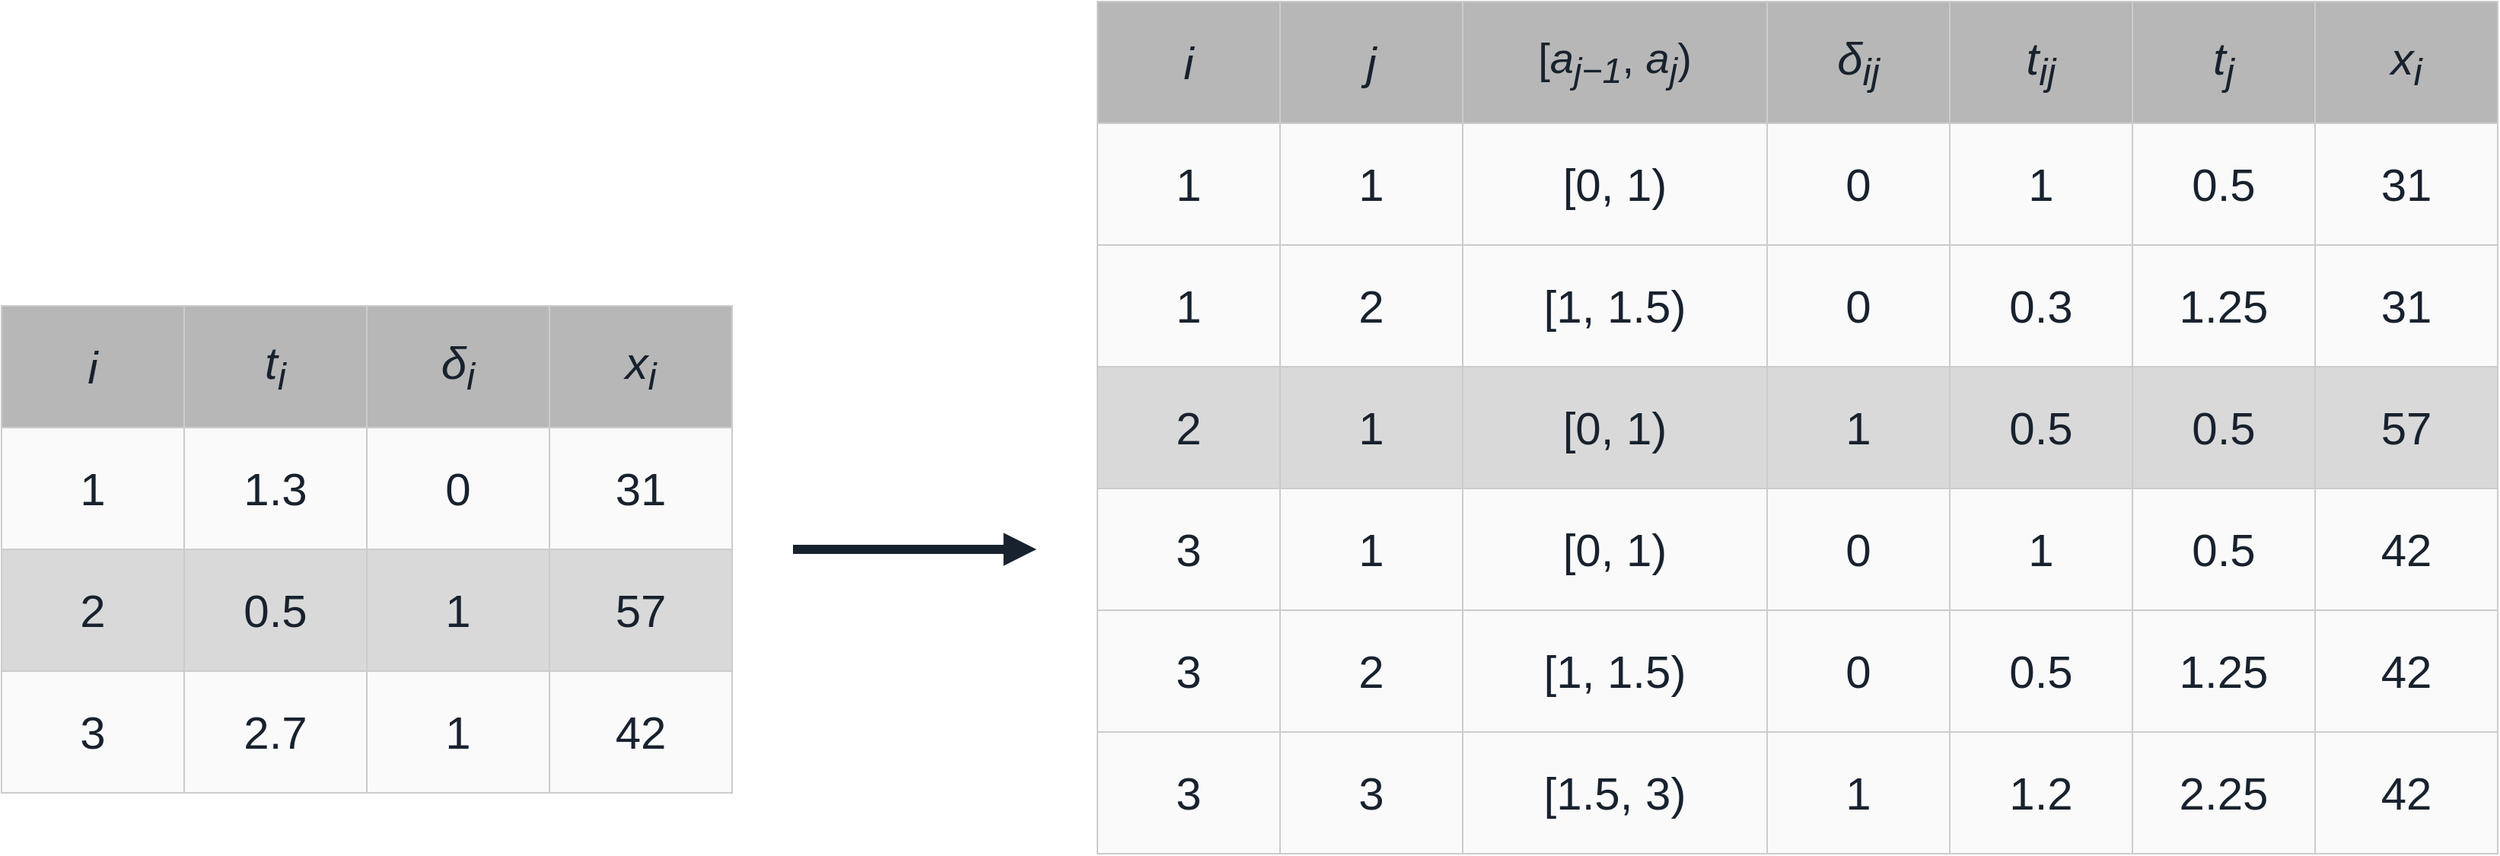
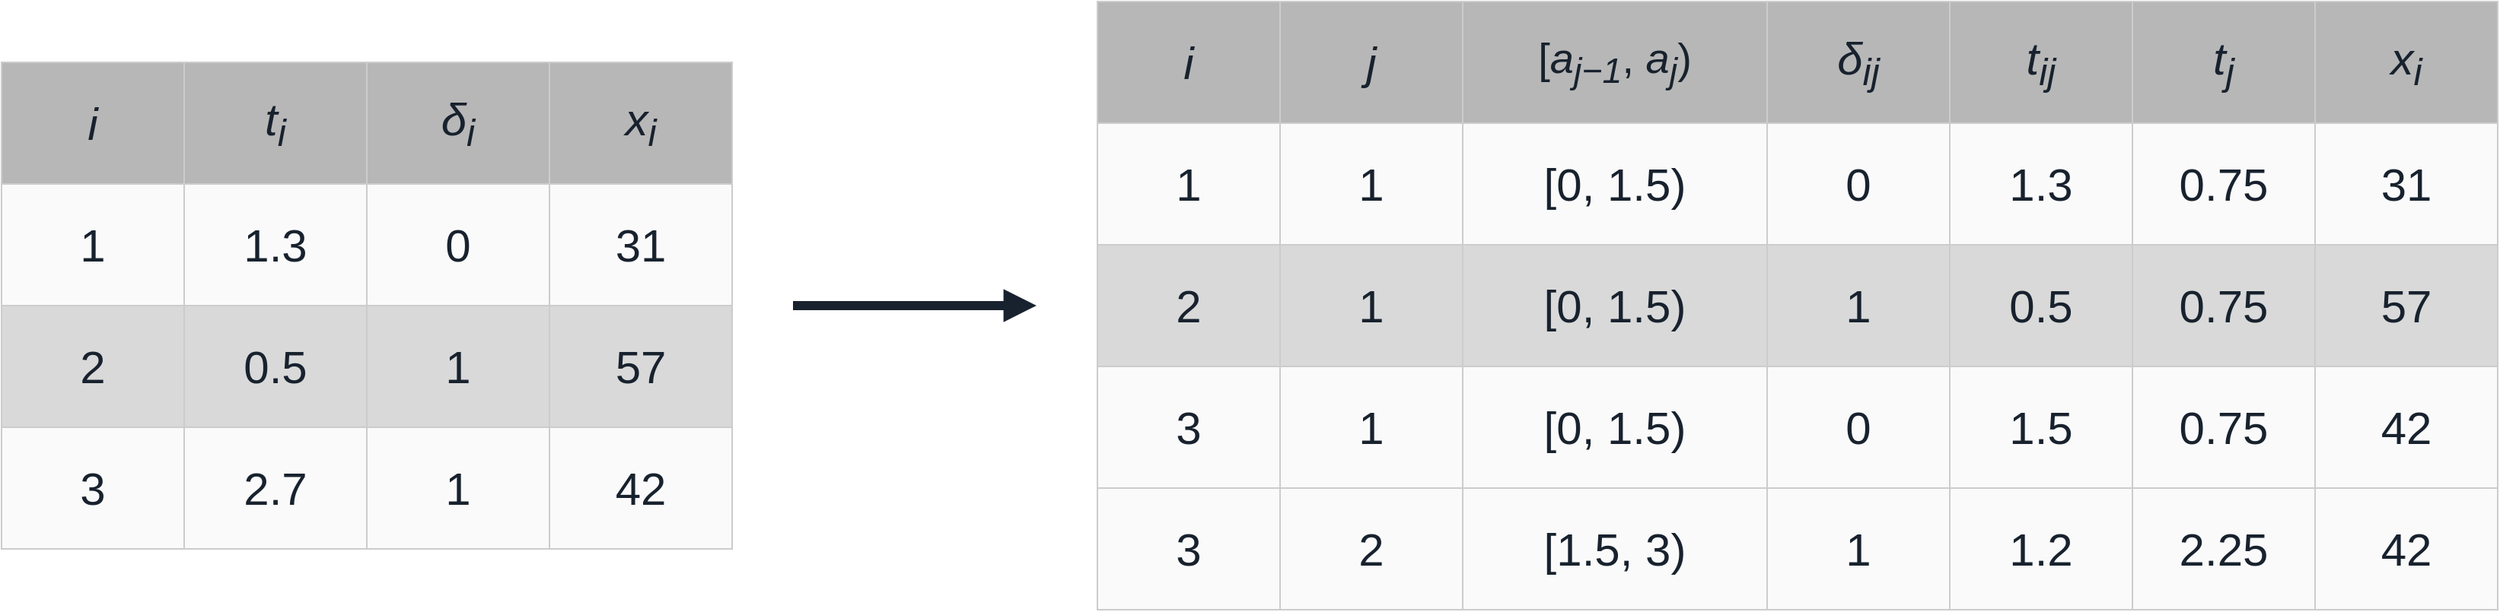
<mxfile host="claude" agent="figure-review" version="24.0.0">
  <diagram id="data-trafo-pem" name="data-trafo-pem">
    <mxGraphModel dx="1600" dy="700" grid="0" gridSize="10" guides="1" tooltips="1" connect="1" arrows="1" fold="1" page="0" pageScale="1" pageWidth="1700" pageHeight="720" math="0" shadow="0">
      <root>
        <mxCell id="0"/>
        <mxCell id="1" parent="0"/>

        <!-- ===================== LEFT: standard time-to-event table ===================== -->
        <!-- header -->
        <mxCell id="lh0" value="&lt;i&gt;i&lt;/i&gt;" style="rounded=0;whiteSpace=wrap;html=1;fillColor=#b7b7b7;strokeColor=#cccccc;strokeWidth=1;fontSize=30;fontColor=#18222e;verticalAlign=middle;align=center;" vertex="1" parent="1"><mxGeometry x="20" y="240" width="120" height="80" as="geometry"/></mxCell>
        <mxCell id="lh1" value="&lt;i&gt;t&lt;sub&gt;i&lt;/sub&gt;&lt;/i&gt;" style="rounded=0;whiteSpace=wrap;html=1;fillColor=#b7b7b7;strokeColor=#cccccc;strokeWidth=1;fontSize=30;fontColor=#18222e;verticalAlign=middle;align=center;" vertex="1" parent="1"><mxGeometry x="140" y="240" width="120" height="80" as="geometry"/></mxCell>
        <mxCell id="lh2" value="&lt;i&gt;&amp;#948;&lt;sub&gt;i&lt;/sub&gt;&lt;/i&gt;" style="rounded=0;whiteSpace=wrap;html=1;fillColor=#b7b7b7;strokeColor=#cccccc;strokeWidth=1;fontSize=30;fontColor=#18222e;verticalAlign=middle;align=center;" vertex="1" parent="1"><mxGeometry x="260" y="240" width="120" height="80" as="geometry"/></mxCell>
        <mxCell id="lh3" value="&lt;i&gt;x&lt;sub&gt;i&lt;/sub&gt;&lt;/i&gt;" style="rounded=0;whiteSpace=wrap;html=1;fillColor=#b7b7b7;strokeColor=#cccccc;strokeWidth=1;fontSize=30;fontColor=#18222e;verticalAlign=middle;align=center;" vertex="1" parent="1"><mxGeometry x="380" y="240" width="120" height="80" as="geometry"/></mxCell>
        <!-- row 1 -->
        <mxCell id="lr0c0" value="1" style="rounded=0;whiteSpace=wrap;html=1;fillColor=#fafafa;strokeColor=#cccccc;fontSize=30;fontColor=#18222e;verticalAlign=middle;align=center;" vertex="1" parent="1"><mxGeometry x="20" y="320" width="120" height="80" as="geometry"/></mxCell>
        <mxCell id="lr0c1" value="1.3" style="rounded=0;whiteSpace=wrap;html=1;fillColor=#fafafa;strokeColor=#cccccc;fontSize=30;fontColor=#18222e;verticalAlign=middle;align=center;" vertex="1" parent="1"><mxGeometry x="140" y="320" width="120" height="80" as="geometry"/></mxCell>
        <mxCell id="lr0c2" value="0" style="rounded=0;whiteSpace=wrap;html=1;fillColor=#fafafa;strokeColor=#cccccc;fontSize=30;fontColor=#18222e;verticalAlign=middle;align=center;" vertex="1" parent="1"><mxGeometry x="260" y="320" width="120" height="80" as="geometry"/></mxCell>
        <mxCell id="lr0c3" value="31" style="rounded=0;whiteSpace=wrap;html=1;fillColor=#fafafa;strokeColor=#cccccc;fontSize=30;fontColor=#18222e;verticalAlign=middle;align=center;" vertex="1" parent="1"><mxGeometry x="380" y="320" width="120" height="80" as="geometry"/></mxCell>
        <!-- row 2 (shaded) -->
        <mxCell id="lr1c0" value="2" style="rounded=0;whiteSpace=wrap;html=1;fillColor=#d9d9d9;strokeColor=#cccccc;fontSize=30;fontColor=#18222e;verticalAlign=middle;align=center;" vertex="1" parent="1"><mxGeometry x="20" y="400" width="120" height="80" as="geometry"/></mxCell>
        <mxCell id="lr1c1" value="0.5" style="rounded=0;whiteSpace=wrap;html=1;fillColor=#d9d9d9;strokeColor=#cccccc;fontSize=30;fontColor=#18222e;verticalAlign=middle;align=center;" vertex="1" parent="1"><mxGeometry x="140" y="400" width="120" height="80" as="geometry"/></mxCell>
        <mxCell id="lr1c2" value="1" style="rounded=0;whiteSpace=wrap;html=1;fillColor=#d9d9d9;strokeColor=#cccccc;fontSize=30;fontColor=#18222e;verticalAlign=middle;align=center;" vertex="1" parent="1"><mxGeometry x="260" y="400" width="120" height="80" as="geometry"/></mxCell>
        <mxCell id="lr1c3" value="57" style="rounded=0;whiteSpace=wrap;html=1;fillColor=#d9d9d9;strokeColor=#cccccc;fontSize=30;fontColor=#18222e;verticalAlign=middle;align=center;" vertex="1" parent="1"><mxGeometry x="380" y="400" width="120" height="80" as="geometry"/></mxCell>
        <!-- row 3 -->
        <mxCell id="lr2c0" value="3" style="rounded=0;whiteSpace=wrap;html=1;fillColor=#fafafa;strokeColor=#cccccc;fontSize=30;fontColor=#18222e;verticalAlign=middle;align=center;" vertex="1" parent="1"><mxGeometry x="20" y="480" width="120" height="80" as="geometry"/></mxCell>
        <mxCell id="lr2c1" value="2.7" style="rounded=0;whiteSpace=wrap;html=1;fillColor=#fafafa;strokeColor=#cccccc;fontSize=30;fontColor=#18222e;verticalAlign=middle;align=center;" vertex="1" parent="1"><mxGeometry x="140" y="480" width="120" height="80" as="geometry"/></mxCell>
        <mxCell id="lr2c2" value="1" style="rounded=0;whiteSpace=wrap;html=1;fillColor=#fafafa;strokeColor=#cccccc;fontSize=30;fontColor=#18222e;verticalAlign=middle;align=center;" vertex="1" parent="1"><mxGeometry x="260" y="480" width="120" height="80" as="geometry"/></mxCell>
        <mxCell id="lr2c3" value="42" style="rounded=0;whiteSpace=wrap;html=1;fillColor=#fafafa;strokeColor=#cccccc;fontSize=30;fontColor=#18222e;verticalAlign=middle;align=center;" vertex="1" parent="1"><mxGeometry x="380" y="480" width="120" height="80" as="geometry"/></mxCell>

        <!-- ===================== ARROW ===================== -->
        <mxCell id="arrow" style="endArrow=block;html=1;strokeColor=#18222e;strokeWidth=6;fillColor=#18222e;" edge="1" parent="1"><mxGeometry relative="1" as="geometry"><mxPoint x="540" y="400" as="sourcePoint"/><mxPoint x="700" y="400" as="targetPoint"/></mxGeometry></mxCell>

-         <!-- ===================== RIGHT: PED table (7 cols x 7 rows) ===================== -->
-         <!-- header -->
-         <mxCell id="rh0" value="&lt;i&gt;i&lt;/i&gt;" style="rounded=0;whiteSpace=wrap;html=1;fillColor=#b7b7b7;strokeColor=#cccccc;fontSize=30;fontColor=#18222e;verticalAlign=middle;align=center;" vertex="1" parent="1"><mxGeometry x="740" y="40" width="120" height="80" as="geometry"/></mxCell>
-         <mxCell id="rh1" value="&lt;i&gt;j&lt;/i&gt;" style="rounded=0;whiteSpace=wrap;html=1;fillColor=#b7b7b7;strokeColor=#cccccc;fontSize=30;fontColor=#18222e;verticalAlign=middle;align=center;" vertex="1" parent="1"><mxGeometry x="860" y="40" width="120" height="80" as="geometry"/></mxCell>
-         <mxCell id="rh2" value="[&lt;i&gt;a&lt;sub&gt;j&amp;#8722;1&lt;/sub&gt;&lt;/i&gt;, &lt;i&gt;a&lt;sub&gt;j&lt;/sub&gt;&lt;/i&gt;)" style="rounded=0;whiteSpace=wrap;html=1;fillColor=#b7b7b7;strokeColor=#cccccc;fontSize=28;fontColor=#18222e;verticalAlign=middle;align=center;" vertex="1" parent="1"><mxGeometry x="980" y="40" width="200" height="80" as="geometry"/></mxCell>
-         <mxCell id="rh3" value="&lt;i&gt;&amp;#948;&lt;sub&gt;ij&lt;/sub&gt;&lt;/i&gt;" style="rounded=0;whiteSpace=wrap;html=1;fillColor=#b7b7b7;strokeColor=#cccccc;fontSize=30;fontColor=#18222e;verticalAlign=middle;align=center;" vertex="1" parent="1"><mxGeometry x="1180" y="40" width="120" height="80" as="geometry"/></mxCell>
-         <mxCell id="rh4" value="&lt;i&gt;t&lt;sub&gt;ij&lt;/sub&gt;&lt;/i&gt;" style="rounded=0;whiteSpace=wrap;html=1;fillColor=#b7b7b7;strokeColor=#cccccc;fontSize=30;fontColor=#18222e;verticalAlign=middle;align=center;" vertex="1" parent="1"><mxGeometry x="1300" y="40" width="120" height="80" as="geometry"/></mxCell>
-         <mxCell id="rh5" value="&lt;i&gt;t&lt;sub&gt;j&lt;/sub&gt;&lt;/i&gt;" style="rounded=0;whiteSpace=wrap;html=1;fillColor=#b7b7b7;strokeColor=#cccccc;fontSize=30;fontColor=#18222e;verticalAlign=middle;align=center;" vertex="1" parent="1"><mxGeometry x="1420" y="40" width="120" height="80" as="geometry"/></mxCell>
-         <mxCell id="rh6" value="&lt;i&gt;x&lt;sub&gt;i&lt;/sub&gt;&lt;/i&gt;" style="rounded=0;whiteSpace=wrap;html=1;fillColor=#b7b7b7;strokeColor=#cccccc;fontSize=30;fontColor=#18222e;verticalAlign=middle;align=center;" vertex="1" parent="1"><mxGeometry x="1540" y="40" width="120" height="80" as="geometry"/></mxCell>
+         <!-- ===================== RIGHT: PED table (7 cols x 5 rows) — A={0,1.5,3} ===================== -->
+         <!-- header: vertically centred with left table (centre y=400), 5 rows = 400px → y=200..600 -->
+         <mxCell id="rh0" value="&lt;i&gt;i&lt;/i&gt;" style="rounded=0;whiteSpace=wrap;html=1;fillColor=#b7b7b7;strokeColor=#cccccc;fontSize=30;fontColor=#18222e;verticalAlign=middle;align=center;" vertex="1" parent="1"><mxGeometry x="740" y="200" width="120" height="80" as="geometry"/></mxCell>
+         <mxCell id="rh1" value="&lt;i&gt;j&lt;/i&gt;" style="rounded=0;whiteSpace=wrap;html=1;fillColor=#b7b7b7;strokeColor=#cccccc;fontSize=30;fontColor=#18222e;verticalAlign=middle;align=center;" vertex="1" parent="1"><mxGeometry x="860" y="200" width="120" height="80" as="geometry"/></mxCell>
+         <mxCell id="rh2" value="[&lt;i&gt;a&lt;sub&gt;j&amp;#8722;1&lt;/sub&gt;&lt;/i&gt;, &lt;i&gt;a&lt;sub&gt;j&lt;/sub&gt;&lt;/i&gt;)" style="rounded=0;whiteSpace=wrap;html=1;fillColor=#b7b7b7;strokeColor=#cccccc;fontSize=28;fontColor=#18222e;verticalAlign=middle;align=center;" vertex="1" parent="1"><mxGeometry x="980" y="200" width="200" height="80" as="geometry"/></mxCell>
+         <mxCell id="rh3" value="&lt;i&gt;&amp;#948;&lt;sub&gt;ij&lt;/sub&gt;&lt;/i&gt;" style="rounded=0;whiteSpace=wrap;html=1;fillColor=#b7b7b7;strokeColor=#cccccc;fontSize=30;fontColor=#18222e;verticalAlign=middle;align=center;" vertex="1" parent="1"><mxGeometry x="1180" y="200" width="120" height="80" as="geometry"/></mxCell>
+         <mxCell id="rh4" value="&lt;i&gt;t&lt;sub&gt;ij&lt;/sub&gt;&lt;/i&gt;" style="rounded=0;whiteSpace=wrap;html=1;fillColor=#b7b7b7;strokeColor=#cccccc;fontSize=30;fontColor=#18222e;verticalAlign=middle;align=center;" vertex="1" parent="1"><mxGeometry x="1300" y="200" width="120" height="80" as="geometry"/></mxCell>
+         <mxCell id="rh5" value="&lt;i&gt;t&lt;sub&gt;j&lt;/sub&gt;&lt;/i&gt;" style="rounded=0;whiteSpace=wrap;html=1;fillColor=#b7b7b7;strokeColor=#cccccc;fontSize=30;fontColor=#18222e;verticalAlign=middle;align=center;" vertex="1" parent="1"><mxGeometry x="1420" y="200" width="120" height="80" as="geometry"/></mxCell>
+         <mxCell id="rh6" value="&lt;i&gt;x&lt;sub&gt;i&lt;/sub&gt;&lt;/i&gt;" style="rounded=0;whiteSpace=wrap;html=1;fillColor=#b7b7b7;strokeColor=#cccccc;fontSize=30;fontColor=#18222e;verticalAlign=middle;align=center;" vertex="1" parent="1"><mxGeometry x="1540" y="200" width="120" height="80" as="geometry"/></mxCell>

-         <!-- rows: values per original.  cols x=740,860,980,1180,1300,1420,1540 ; widths 120/120/200/120/120/120/120 -->
-         <!-- r1: 1 1 [0,1) 0 1 0.5 31 -->
-         <mxCell id="d0a" value="1" style="rounded=0;whiteSpace=wrap;html=1;fillColor=#fafafa;strokeColor=#cccccc;fontSize=30;fontColor=#18222e;align=center;verticalAlign=middle;" vertex="1" parent="1"><mxGeometry x="740" y="120" width="120" height="80" as="geometry"/></mxCell>
-         <mxCell id="d0b" value="1" style="rounded=0;whiteSpace=wrap;html=1;fillColor=#fafafa;strokeColor=#cccccc;fontSize=30;fontColor=#18222e;align=center;verticalAlign=middle;" vertex="1" parent="1"><mxGeometry x="860" y="120" width="120" height="80" as="geometry"/></mxCell>
-         <mxCell id="d0c" value="[0, 1)" style="rounded=0;whiteSpace=wrap;html=1;fillColor=#fafafa;strokeColor=#cccccc;fontSize=30;fontColor=#18222e;align=center;verticalAlign=middle;" vertex="1" parent="1"><mxGeometry x="980" y="120" width="200" height="80" as="geometry"/></mxCell>
-         <mxCell id="d0d" value="0" style="rounded=0;whiteSpace=wrap;html=1;fillColor=#fafafa;strokeColor=#cccccc;fontSize=30;fontColor=#18222e;align=center;verticalAlign=middle;" vertex="1" parent="1"><mxGeometry x="1180" y="120" width="120" height="80" as="geometry"/></mxCell>
-         <mxCell id="d0e" value="1" style="rounded=0;whiteSpace=wrap;html=1;fillColor=#fafafa;strokeColor=#cccccc;fontSize=30;fontColor=#18222e;align=center;verticalAlign=middle;" vertex="1" parent="1"><mxGeometry x="1300" y="120" width="120" height="80" as="geometry"/></mxCell>
-         <mxCell id="d0f" value="0.5" style="rounded=0;whiteSpace=wrap;html=1;fillColor=#fafafa;strokeColor=#cccccc;fontSize=30;fontColor=#18222e;align=center;verticalAlign=middle;" vertex="1" parent="1"><mxGeometry x="1420" y="120" width="120" height="80" as="geometry"/></mxCell>
-         <mxCell id="d0g" value="31" style="rounded=0;whiteSpace=wrap;html=1;fillColor=#fafafa;strokeColor=#cccccc;fontSize=30;fontColor=#18222e;align=center;verticalAlign=middle;" vertex="1" parent="1"><mxGeometry x="1540" y="120" width="120" height="80" as="geometry"/></mxCell>
-         <!-- r2: 1 2 [1,1.5) 0 0.3 1.25 31 -->
-         <mxCell id="d1a" value="1" style="rounded=0;whiteSpace=wrap;html=1;fillColor=#fafafa;strokeColor=#cccccc;fontSize=30;fontColor=#18222e;align=center;verticalAlign=middle;" vertex="1" parent="1"><mxGeometry x="740" y="200" width="120" height="80" as="geometry"/></mxCell>
-         <mxCell id="d1b" value="2" style="rounded=0;whiteSpace=wrap;html=1;fillColor=#fafafa;strokeColor=#cccccc;fontSize=30;fontColor=#18222e;align=center;verticalAlign=middle;" vertex="1" parent="1"><mxGeometry x="860" y="200" width="120" height="80" as="geometry"/></mxCell>
-         <mxCell id="d1c" value="[1, 1.5)" style="rounded=0;whiteSpace=wrap;html=1;fillColor=#fafafa;strokeColor=#cccccc;fontSize=30;fontColor=#18222e;align=center;verticalAlign=middle;" vertex="1" parent="1"><mxGeometry x="980" y="200" width="200" height="80" as="geometry"/></mxCell>
-         <mxCell id="d1d" value="0" style="rounded=0;whiteSpace=wrap;html=1;fillColor=#fafafa;strokeColor=#cccccc;fontSize=30;fontColor=#18222e;align=center;verticalAlign=middle;" vertex="1" parent="1"><mxGeometry x="1180" y="200" width="120" height="80" as="geometry"/></mxCell>
-         <mxCell id="d1e" value="0.3" style="rounded=0;whiteSpace=wrap;html=1;fillColor=#fafafa;strokeColor=#cccccc;fontSize=30;fontColor=#18222e;align=center;verticalAlign=middle;" vertex="1" parent="1"><mxGeometry x="1300" y="200" width="120" height="80" as="geometry"/></mxCell>
-         <mxCell id="d1f" value="1.25" style="rounded=0;whiteSpace=wrap;html=1;fillColor=#fafafa;strokeColor=#cccccc;fontSize=30;fontColor=#18222e;align=center;verticalAlign=middle;" vertex="1" parent="1"><mxGeometry x="1420" y="200" width="120" height="80" as="geometry"/></mxCell>
-         <mxCell id="d1g" value="31" style="rounded=0;whiteSpace=wrap;html=1;fillColor=#fafafa;strokeColor=#cccccc;fontSize=30;fontColor=#18222e;align=center;verticalAlign=middle;" vertex="1" parent="1"><mxGeometry x="1540" y="200" width="120" height="80" as="geometry"/></mxCell>
-         <!-- r3 (shaded): 2 1 [0,1) 1 0.5 0.5 57 -->
-         <mxCell id="d2a" value="2" style="rounded=0;whiteSpace=wrap;html=1;fillColor=#d9d9d9;strokeColor=#cccccc;fontSize=30;fontColor=#18222e;align=center;verticalAlign=middle;" vertex="1" parent="1"><mxGeometry x="740" y="280" width="120" height="80" as="geometry"/></mxCell>
-         <mxCell id="d2b" value="1" style="rounded=0;whiteSpace=wrap;html=1;fillColor=#d9d9d9;strokeColor=#cccccc;fontSize=30;fontColor=#18222e;align=center;verticalAlign=middle;" vertex="1" parent="1"><mxGeometry x="860" y="280" width="120" height="80" as="geometry"/></mxCell>
-         <mxCell id="d2c" value="[0, 1)" style="rounded=0;whiteSpace=wrap;html=1;fillColor=#d9d9d9;strokeColor=#cccccc;fontSize=30;fontColor=#18222e;align=center;verticalAlign=middle;" vertex="1" parent="1"><mxGeometry x="980" y="280" width="200" height="80" as="geometry"/></mxCell>
-         <mxCell id="d2d" value="1" style="rounded=0;whiteSpace=wrap;html=1;fillColor=#d9d9d9;strokeColor=#cccccc;fontSize=30;fontColor=#18222e;align=center;verticalAlign=middle;" vertex="1" parent="1"><mxGeometry x="1180" y="280" width="120" height="80" as="geometry"/></mxCell>
-         <mxCell id="d2e" value="0.5" style="rounded=0;whiteSpace=wrap;html=1;fillColor=#d9d9d9;strokeColor=#cccccc;fontSize=30;fontColor=#18222e;align=center;verticalAlign=middle;" vertex="1" parent="1"><mxGeometry x="1300" y="280" width="120" height="80" as="geometry"/></mxCell>
-         <mxCell id="d2f" value="0.5" style="rounded=0;whiteSpace=wrap;html=1;fillColor=#d9d9d9;strokeColor=#cccccc;fontSize=30;fontColor=#18222e;align=center;verticalAlign=middle;" vertex="1" parent="1"><mxGeometry x="1420" y="280" width="120" height="80" as="geometry"/></mxCell>
-         <mxCell id="d2g" value="57" style="rounded=0;whiteSpace=wrap;html=1;fillColor=#d9d9d9;strokeColor=#cccccc;fontSize=30;fontColor=#18222e;align=center;verticalAlign=middle;" vertex="1" parent="1"><mxGeometry x="1540" y="280" width="120" height="80" as="geometry"/></mxCell>
-         <!-- r4: 3 1 [0,1) 0 1 0.5 42 -->
-         <mxCell id="d3a" value="3" style="rounded=0;whiteSpace=wrap;html=1;fillColor=#fafafa;strokeColor=#cccccc;fontSize=30;fontColor=#18222e;align=center;verticalAlign=middle;" vertex="1" parent="1"><mxGeometry x="740" y="360" width="120" height="80" as="geometry"/></mxCell>
-         <mxCell id="d3b" value="1" style="rounded=0;whiteSpace=wrap;html=1;fillColor=#fafafa;strokeColor=#cccccc;fontSize=30;fontColor=#18222e;align=center;verticalAlign=middle;" vertex="1" parent="1"><mxGeometry x="860" y="360" width="120" height="80" as="geometry"/></mxCell>
-         <mxCell id="d3c" value="[0, 1)" style="rounded=0;whiteSpace=wrap;html=1;fillColor=#fafafa;strokeColor=#cccccc;fontSize=30;fontColor=#18222e;align=center;verticalAlign=middle;" vertex="1" parent="1"><mxGeometry x="980" y="360" width="200" height="80" as="geometry"/></mxCell>
-         <mxCell id="d3d" value="0" style="rounded=0;whiteSpace=wrap;html=1;fillColor=#fafafa;strokeColor=#cccccc;fontSize=30;fontColor=#18222e;align=center;verticalAlign=middle;" vertex="1" parent="1"><mxGeometry x="1180" y="360" width="120" height="80" as="geometry"/></mxCell>
-         <mxCell id="d3e" value="1" style="rounded=0;whiteSpace=wrap;html=1;fillColor=#fafafa;strokeColor=#cccccc;fontSize=30;fontColor=#18222e;align=center;verticalAlign=middle;" vertex="1" parent="1"><mxGeometry x="1300" y="360" width="120" height="80" as="geometry"/></mxCell>
-         <mxCell id="d3f" value="0.5" style="rounded=0;whiteSpace=wrap;html=1;fillColor=#fafafa;strokeColor=#cccccc;fontSize=30;fontColor=#18222e;align=center;verticalAlign=middle;" vertex="1" parent="1"><mxGeometry x="1420" y="360" width="120" height="80" as="geometry"/></mxCell>
-         <mxCell id="d3g" value="42" style="rounded=0;whiteSpace=wrap;html=1;fillColor=#fafafa;strokeColor=#cccccc;fontSize=30;fontColor=#18222e;align=center;verticalAlign=middle;" vertex="1" parent="1"><mxGeometry x="1540" y="360" width="120" height="80" as="geometry"/></mxCell>
-         <!-- r5: 3 2 [1,1.5) 0 0.5 1.25 42 -->
-         <mxCell id="d4a" value="3" style="rounded=0;whiteSpace=wrap;html=1;fillColor=#fafafa;strokeColor=#cccccc;fontSize=30;fontColor=#18222e;align=center;verticalAlign=middle;" vertex="1" parent="1"><mxGeometry x="740" y="440" width="120" height="80" as="geometry"/></mxCell>
-         <mxCell id="d4b" value="2" style="rounded=0;whiteSpace=wrap;html=1;fillColor=#fafafa;strokeColor=#cccccc;fontSize=30;fontColor=#18222e;align=center;verticalAlign=middle;" vertex="1" parent="1"><mxGeometry x="860" y="440" width="120" height="80" as="geometry"/></mxCell>
-         <mxCell id="d4c" value="[1, 1.5)" style="rounded=0;whiteSpace=wrap;html=1;fillColor=#fafafa;strokeColor=#cccccc;fontSize=30;fontColor=#18222e;align=center;verticalAlign=middle;" vertex="1" parent="1"><mxGeometry x="980" y="440" width="200" height="80" as="geometry"/></mxCell>
-         <mxCell id="d4d" value="0" style="rounded=0;whiteSpace=wrap;html=1;fillColor=#fafafa;strokeColor=#cccccc;fontSize=30;fontColor=#18222e;align=center;verticalAlign=middle;" vertex="1" parent="1"><mxGeometry x="1180" y="440" width="120" height="80" as="geometry"/></mxCell>
-         <mxCell id="d4e" value="0.5" style="rounded=0;whiteSpace=wrap;html=1;fillColor=#fafafa;strokeColor=#cccccc;fontSize=30;fontColor=#18222e;align=center;verticalAlign=middle;" vertex="1" parent="1"><mxGeometry x="1300" y="440" width="120" height="80" as="geometry"/></mxCell>
-         <mxCell id="d4f" value="1.25" style="rounded=0;whiteSpace=wrap;html=1;fillColor=#fafafa;strokeColor=#cccccc;fontSize=30;fontColor=#18222e;align=center;verticalAlign=middle;" vertex="1" parent="1"><mxGeometry x="1420" y="440" width="120" height="80" as="geometry"/></mxCell>
-         <mxCell id="d4g" value="42" style="rounded=0;whiteSpace=wrap;html=1;fillColor=#fafafa;strokeColor=#cccccc;fontSize=30;fontColor=#18222e;align=center;verticalAlign=middle;" vertex="1" parent="1"><mxGeometry x="1540" y="440" width="120" height="80" as="geometry"/></mxCell>
-         <!-- r6: 3 3 [1.5,3) 1 1.2 2.25 42 -->
-         <mxCell id="d5a" value="3" style="rounded=0;whiteSpace=wrap;html=1;fillColor=#fafafa;strokeColor=#cccccc;fontSize=30;fontColor=#18222e;align=center;verticalAlign=middle;" vertex="1" parent="1"><mxGeometry x="740" y="520" width="120" height="80" as="geometry"/></mxCell>
-         <mxCell id="d5b" value="3" style="rounded=0;whiteSpace=wrap;html=1;fillColor=#fafafa;strokeColor=#cccccc;fontSize=30;fontColor=#18222e;align=center;verticalAlign=middle;" vertex="1" parent="1"><mxGeometry x="860" y="520" width="120" height="80" as="geometry"/></mxCell>
-         <mxCell id="d5c" value="[1.5, 3)" style="rounded=0;whiteSpace=wrap;html=1;fillColor=#fafafa;strokeColor=#cccccc;fontSize=30;fontColor=#18222e;align=center;verticalAlign=middle;" vertex="1" parent="1"><mxGeometry x="980" y="520" width="200" height="80" as="geometry"/></mxCell>
-         <mxCell id="d5d" value="1" style="rounded=0;whiteSpace=wrap;html=1;fillColor=#fafafa;strokeColor=#cccccc;fontSize=30;fontColor=#18222e;align=center;verticalAlign=middle;" vertex="1" parent="1"><mxGeometry x="1180" y="520" width="120" height="80" as="geometry"/></mxCell>
-         <mxCell id="d5e" value="1.2" style="rounded=0;whiteSpace=wrap;html=1;fillColor=#fafafa;strokeColor=#cccccc;fontSize=30;fontColor=#18222e;align=center;verticalAlign=middle;" vertex="1" parent="1"><mxGeometry x="1300" y="520" width="120" height="80" as="geometry"/></mxCell>
-         <mxCell id="d5f" value="2.25" style="rounded=0;whiteSpace=wrap;html=1;fillColor=#fafafa;strokeColor=#cccccc;fontSize=30;fontColor=#18222e;align=center;verticalAlign=middle;" vertex="1" parent="1"><mxGeometry x="1420" y="520" width="120" height="80" as="geometry"/></mxCell>
-         <mxCell id="d5g" value="42" style="rounded=0;whiteSpace=wrap;html=1;fillColor=#fafafa;strokeColor=#cccccc;fontSize=30;fontColor=#18222e;align=center;verticalAlign=middle;" vertex="1" parent="1"><mxGeometry x="1540" y="520" width="120" height="80" as="geometry"/></mxCell>
+         <!-- r1: i=1  j=1  [0,1.5)  delta=0  t_ij=1.3  t_j=0.75  x=31 -->
+         <mxCell id="d0a" value="1" style="rounded=0;whiteSpace=wrap;html=1;fillColor=#fafafa;strokeColor=#cccccc;fontSize=30;fontColor=#18222e;align=center;verticalAlign=middle;" vertex="1" parent="1"><mxGeometry x="740" y="280" width="120" height="80" as="geometry"/></mxCell>
+         <mxCell id="d0b" value="1" style="rounded=0;whiteSpace=wrap;html=1;fillColor=#fafafa;strokeColor=#cccccc;fontSize=30;fontColor=#18222e;align=center;verticalAlign=middle;" vertex="1" parent="1"><mxGeometry x="860" y="280" width="120" height="80" as="geometry"/></mxCell>
+         <mxCell id="d0c" value="[0, 1.5)" style="rounded=0;whiteSpace=wrap;html=1;fillColor=#fafafa;strokeColor=#cccccc;fontSize=30;fontColor=#18222e;align=center;verticalAlign=middle;" vertex="1" parent="1"><mxGeometry x="980" y="280" width="200" height="80" as="geometry"/></mxCell>
+         <mxCell id="d0d" value="0" style="rounded=0;whiteSpace=wrap;html=1;fillColor=#fafafa;strokeColor=#cccccc;fontSize=30;fontColor=#18222e;align=center;verticalAlign=middle;" vertex="1" parent="1"><mxGeometry x="1180" y="280" width="120" height="80" as="geometry"/></mxCell>
+         <mxCell id="d0e" value="1.3" style="rounded=0;whiteSpace=wrap;html=1;fillColor=#fafafa;strokeColor=#cccccc;fontSize=30;fontColor=#18222e;align=center;verticalAlign=middle;" vertex="1" parent="1"><mxGeometry x="1300" y="280" width="120" height="80" as="geometry"/></mxCell>
+         <mxCell id="d0f" value="0.75" style="rounded=0;whiteSpace=wrap;html=1;fillColor=#fafafa;strokeColor=#cccccc;fontSize=30;fontColor=#18222e;align=center;verticalAlign=middle;" vertex="1" parent="1"><mxGeometry x="1420" y="280" width="120" height="80" as="geometry"/></mxCell>
+         <mxCell id="d0g" value="31" style="rounded=0;whiteSpace=wrap;html=1;fillColor=#fafafa;strokeColor=#cccccc;fontSize=30;fontColor=#18222e;align=center;verticalAlign=middle;" vertex="1" parent="1"><mxGeometry x="1540" y="280" width="120" height="80" as="geometry"/></mxCell>
+         <!-- r2 (shaded): i=2  j=1  [0,1.5)  delta=1  t_ij=0.5  t_j=0.75  x=57 -->
+         <mxCell id="d1a" value="2" style="rounded=0;whiteSpace=wrap;html=1;fillColor=#d9d9d9;strokeColor=#cccccc;fontSize=30;fontColor=#18222e;align=center;verticalAlign=middle;" vertex="1" parent="1"><mxGeometry x="740" y="360" width="120" height="80" as="geometry"/></mxCell>
+         <mxCell id="d1b" value="1" style="rounded=0;whiteSpace=wrap;html=1;fillColor=#d9d9d9;strokeColor=#cccccc;fontSize=30;fontColor=#18222e;align=center;verticalAlign=middle;" vertex="1" parent="1"><mxGeometry x="860" y="360" width="120" height="80" as="geometry"/></mxCell>
+         <mxCell id="d1c" value="[0, 1.5)" style="rounded=0;whiteSpace=wrap;html=1;fillColor=#d9d9d9;strokeColor=#cccccc;fontSize=30;fontColor=#18222e;align=center;verticalAlign=middle;" vertex="1" parent="1"><mxGeometry x="980" y="360" width="200" height="80" as="geometry"/></mxCell>
+         <mxCell id="d1d" value="1" style="rounded=0;whiteSpace=wrap;html=1;fillColor=#d9d9d9;strokeColor=#cccccc;fontSize=30;fontColor=#18222e;align=center;verticalAlign=middle;" vertex="1" parent="1"><mxGeometry x="1180" y="360" width="120" height="80" as="geometry"/></mxCell>
+         <mxCell id="d1e" value="0.5" style="rounded=0;whiteSpace=wrap;html=1;fillColor=#d9d9d9;strokeColor=#cccccc;fontSize=30;fontColor=#18222e;align=center;verticalAlign=middle;" vertex="1" parent="1"><mxGeometry x="1300" y="360" width="120" height="80" as="geometry"/></mxCell>
+         <mxCell id="d1f" value="0.75" style="rounded=0;whiteSpace=wrap;html=1;fillColor=#d9d9d9;strokeColor=#cccccc;fontSize=30;fontColor=#18222e;align=center;verticalAlign=middle;" vertex="1" parent="1"><mxGeometry x="1420" y="360" width="120" height="80" as="geometry"/></mxCell>
+         <mxCell id="d1g" value="57" style="rounded=0;whiteSpace=wrap;html=1;fillColor=#d9d9d9;strokeColor=#cccccc;fontSize=30;fontColor=#18222e;align=center;verticalAlign=middle;" vertex="1" parent="1"><mxGeometry x="1540" y="360" width="120" height="80" as="geometry"/></mxCell>
+         <!-- r3: i=3  j=1  [0,1.5)  delta=0  t_ij=1.5  t_j=0.75  x=42 -->
+         <mxCell id="d2a" value="3" style="rounded=0;whiteSpace=wrap;html=1;fillColor=#fafafa;strokeColor=#cccccc;fontSize=30;fontColor=#18222e;align=center;verticalAlign=middle;" vertex="1" parent="1"><mxGeometry x="740" y="440" width="120" height="80" as="geometry"/></mxCell>
+         <mxCell id="d2b" value="1" style="rounded=0;whiteSpace=wrap;html=1;fillColor=#fafafa;strokeColor=#cccccc;fontSize=30;fontColor=#18222e;align=center;verticalAlign=middle;" vertex="1" parent="1"><mxGeometry x="860" y="440" width="120" height="80" as="geometry"/></mxCell>
+         <mxCell id="d2c" value="[0, 1.5)" style="rounded=0;whiteSpace=wrap;html=1;fillColor=#fafafa;strokeColor=#cccccc;fontSize=30;fontColor=#18222e;align=center;verticalAlign=middle;" vertex="1" parent="1"><mxGeometry x="980" y="440" width="200" height="80" as="geometry"/></mxCell>
+         <mxCell id="d2d" value="0" style="rounded=0;whiteSpace=wrap;html=1;fillColor=#fafafa;strokeColor=#cccccc;fontSize=30;fontColor=#18222e;align=center;verticalAlign=middle;" vertex="1" parent="1"><mxGeometry x="1180" y="440" width="120" height="80" as="geometry"/></mxCell>
+         <mxCell id="d2e" value="1.5" style="rounded=0;whiteSpace=wrap;html=1;fillColor=#fafafa;strokeColor=#cccccc;fontSize=30;fontColor=#18222e;align=center;verticalAlign=middle;" vertex="1" parent="1"><mxGeometry x="1300" y="440" width="120" height="80" as="geometry"/></mxCell>
+         <mxCell id="d2f" value="0.75" style="rounded=0;whiteSpace=wrap;html=1;fillColor=#fafafa;strokeColor=#cccccc;fontSize=30;fontColor=#18222e;align=center;verticalAlign=middle;" vertex="1" parent="1"><mxGeometry x="1420" y="440" width="120" height="80" as="geometry"/></mxCell>
+         <mxCell id="d2g" value="42" style="rounded=0;whiteSpace=wrap;html=1;fillColor=#fafafa;strokeColor=#cccccc;fontSize=30;fontColor=#18222e;align=center;verticalAlign=middle;" vertex="1" parent="1"><mxGeometry x="1540" y="440" width="120" height="80" as="geometry"/></mxCell>
+         <!-- r4: i=3  j=2  [1.5,3)  delta=1  t_ij=1.2  t_j=2.25  x=42 -->
+         <mxCell id="d3a" value="3" style="rounded=0;whiteSpace=wrap;html=1;fillColor=#fafafa;strokeColor=#cccccc;fontSize=30;fontColor=#18222e;align=center;verticalAlign=middle;" vertex="1" parent="1"><mxGeometry x="740" y="520" width="120" height="80" as="geometry"/></mxCell>
+         <mxCell id="d3b" value="2" style="rounded=0;whiteSpace=wrap;html=1;fillColor=#fafafa;strokeColor=#cccccc;fontSize=30;fontColor=#18222e;align=center;verticalAlign=middle;" vertex="1" parent="1"><mxGeometry x="860" y="520" width="120" height="80" as="geometry"/></mxCell>
+         <mxCell id="d3c" value="[1.5, 3)" style="rounded=0;whiteSpace=wrap;html=1;fillColor=#fafafa;strokeColor=#cccccc;fontSize=30;fontColor=#18222e;align=center;verticalAlign=middle;" vertex="1" parent="1"><mxGeometry x="980" y="520" width="200" height="80" as="geometry"/></mxCell>
+         <mxCell id="d3d" value="1" style="rounded=0;whiteSpace=wrap;html=1;fillColor=#fafafa;strokeColor=#cccccc;fontSize=30;fontColor=#18222e;align=center;verticalAlign=middle;" vertex="1" parent="1"><mxGeometry x="1180" y="520" width="120" height="80" as="geometry"/></mxCell>
+         <mxCell id="d3e" value="1.2" style="rounded=0;whiteSpace=wrap;html=1;fillColor=#fafafa;strokeColor=#cccccc;fontSize=30;fontColor=#18222e;align=center;verticalAlign=middle;" vertex="1" parent="1"><mxGeometry x="1300" y="520" width="120" height="80" as="geometry"/></mxCell>
+         <mxCell id="d3f" value="2.25" style="rounded=0;whiteSpace=wrap;html=1;fillColor=#fafafa;strokeColor=#cccccc;fontSize=30;fontColor=#18222e;align=center;verticalAlign=middle;" vertex="1" parent="1"><mxGeometry x="1420" y="520" width="120" height="80" as="geometry"/></mxCell>
+         <mxCell id="d3g" value="42" style="rounded=0;whiteSpace=wrap;html=1;fillColor=#fafafa;strokeColor=#cccccc;fontSize=30;fontColor=#18222e;align=center;verticalAlign=middle;" vertex="1" parent="1"><mxGeometry x="1540" y="520" width="120" height="80" as="geometry"/></mxCell>
      </root>
    </mxGraphModel>
  </diagram>
</mxfile>
